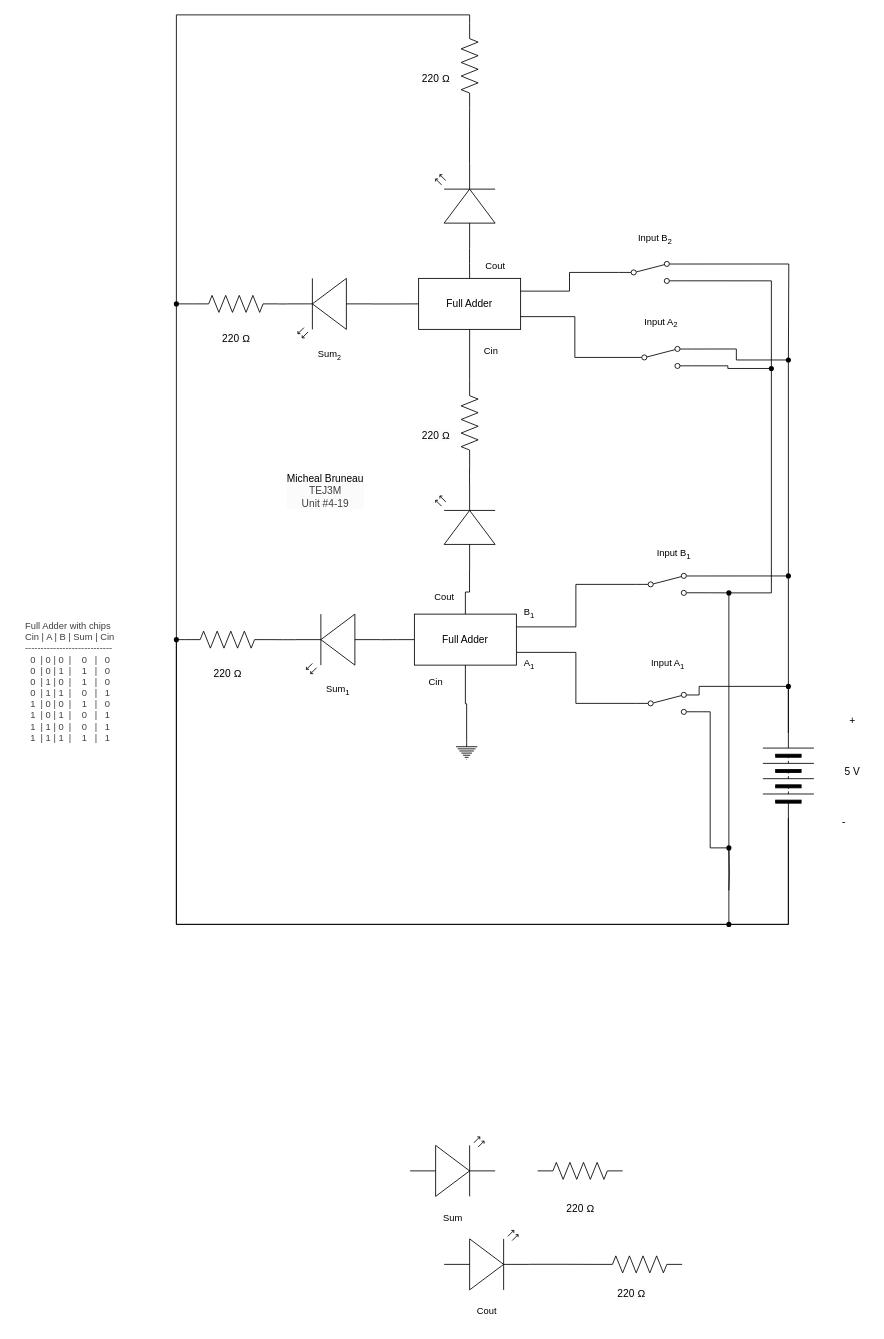
michael-bruneau/TEJ3M-Unit-4 keeps this draw.io diagram as TEJ3M 4-19/schematic_diagram.drawio. Above is the earlier version. Source tidied: cells renumbered, new cells numbered last; positions are measured from the earlier drawing's top-left corner, leaving out a move shared by most shapes. Both pictures are drawn from the tidied source at 85%, with x=0, y=0 at pixel (14, 57).
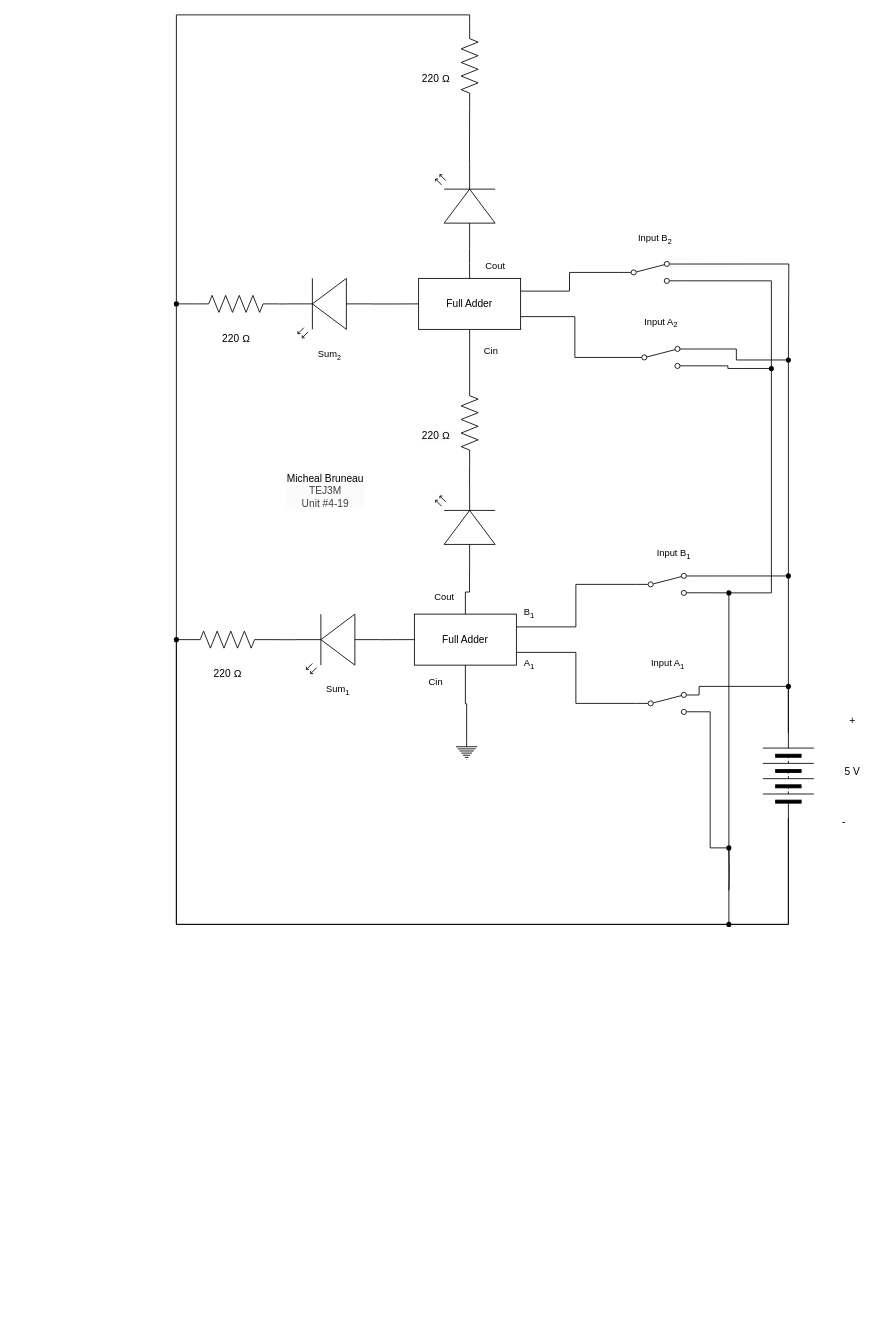
After the change.

Change to the diagram source:
```diff
@@
-    <mxCell id="3" value="&lt;div style=&quot;scrollbar-color: rgb(226, 226, 226) rgb(251, 251, 251); font-size: 11px; text-align: left; color: rgb(63, 63, 63);&quot;&gt;&lt;span style=&quot;background-color: rgb(255, 255, 255);&quot;&gt;Full Adder with chips&lt;/span&gt;&lt;/div&gt;&lt;div style=&quot;scrollbar-color: rgb(226, 226, 226) rgb(251, 251, 251); font-size: 11px; text-align: left; color: rgb(63, 63, 63);&quot;&gt;&lt;span style=&quot;color: light-dark(rgb(63, 63, 63), rgb(183, 183, 183));&quot;&gt;Cin | A | B | Sum | Cin&lt;/span&gt;&lt;/div&gt;&lt;div style=&quot;color: rgb(63, 63, 63); scrollbar-color: rgb(226, 226, 226) rgb(251, 251, 251); font-size: 11px; text-align: left;&quot;&gt;----------------------------&lt;/div&gt;&lt;div style=&quot;color: rgb(63, 63, 63); scrollbar-color: rgb(226, 226, 226) rgb(251, 251, 251); font-size: 11px; text-align: left;&quot;&gt;&amp;nbsp; 0&amp;nbsp; | 0 | 0&amp;nbsp; |&amp;nbsp; &amp;nbsp; 0&amp;nbsp; &amp;nbsp;|&amp;nbsp; &amp;nbsp;0&lt;/div&gt;&lt;div style=&quot;color: rgb(63, 63, 63); scrollbar-color: rgb(226, 226, 226) rgb(251, 251, 251); font-size: 11px; text-align: left;&quot;&gt;&amp;nbsp; 0&amp;nbsp; | 0 | 1&amp;nbsp; |&amp;nbsp; &amp;nbsp; 1&amp;nbsp; &amp;nbsp;|&amp;nbsp; &amp;nbsp;0&lt;/div&gt;&lt;div style=&quot;color: rgb(63, 63, 63); scrollbar-color: rgb(226, 226, 226) rgb(251, 251, 251); font-size: 11px; text-align: left;&quot;&gt;&amp;nbsp; 0&amp;nbsp; | 1 | 0&amp;nbsp; |&amp;nbsp; &amp;nbsp; 1&amp;nbsp; &amp;nbsp;|&amp;nbsp; &amp;nbsp;0&lt;/div&gt;&lt;div style=&quot;color: rgb(63, 63, 63); scrollbar-color: rgb(226, 226, 226) rgb(251, 251, 251); font-size: 11px; text-align: left;&quot;&gt;&amp;nbsp; 0&amp;nbsp; | 1 | 1&amp;nbsp; |&amp;nbsp; &amp;nbsp; 0&amp;nbsp; &amp;nbsp;|&amp;nbsp; &amp;nbsp;1&lt;/div&gt;&lt;div style=&quot;color: rgb(63, 63, 63); scrollbar-color: rgb(226, 226, 226) rgb(251, 251, 251); font-size: 11px; text-align: left;&quot;&gt;&amp;nbsp; 1&amp;nbsp; | 0 | 0&amp;nbsp; |&amp;nbsp; &amp;nbsp; 1&amp;nbsp; &amp;nbsp;|&amp;nbsp; &amp;nbsp;0&lt;/div&gt;&lt;div style=&quot;color: rgb(63, 63, 63); scrollbar-color: rgb(226, 226, 226) rgb(251, 251, 251); font-size: 11px; text-align: left;&quot;&gt;&amp;nbsp; 1&amp;nbsp; | 0 | 1&amp;nbsp; |&amp;nbsp; &amp;nbsp; 0&amp;nbsp; &amp;nbsp;|&amp;nbsp; &amp;nbsp;1&lt;/div&gt;&lt;div style=&quot;color: rgb(63, 63, 63); scrollbar-color: rgb(226, 226, 226) rgb(251, 251, 251); font-size: 11px; text-align: left;&quot;&gt;&amp;nbsp; 1&amp;nbsp; | 1 | 0&amp;nbsp; |&amp;nbsp; &amp;nbsp; 0&amp;nbsp; &amp;nbsp;|&amp;nbsp; &amp;nbsp;1&lt;/div&gt;&lt;div style=&quot;color: rgb(63, 63, 63); scrollbar-color: rgb(226, 226, 226) rgb(251, 251, 251); font-size: 11px; text-align: left;&quot;&gt;&amp;nbsp; 1&amp;nbsp; | 1 | 1&amp;nbsp; |&amp;nbsp; &amp;nbsp; 1&amp;nbsp; &amp;nbsp;|&amp;nbsp; &amp;nbsp;1&amp;nbsp;&amp;nbsp;&lt;/div&gt;" style="text;html=1;align=center;verticalAlign=middle;strokeColor=none;fillColor=none;" parent="1" vertex="1">
-      <mxGeometry y="655" width="130" height="160" as="geometry" />
-    </mxCell>
@@
-    <mxCell id="32" value="&lt;span style=&quot;color: rgb(0, 0, 0); font-size: 12px; background-color: rgb(251, 251, 251);&quot;&gt;220 Ω&lt;/span&gt;" style="text;html=1;align=center;verticalAlign=middle;strokeColor=none;fillColor=none;fontFamily=Helvetica;fontSize=11;fontColor=default;labelBackgroundColor=default;" parent="1" vertex="1">
-      <mxGeometry x="635" y="1340" width="60" height="30" as="geometry" />
-    </mxCell>
-    <mxCell id="33" value="Sum" style="text;html=1;align=center;verticalAlign=middle;strokeColor=none;fillColor=none;fontFamily=Helvetica;fontSize=11;fontColor=default;labelBackgroundColor=default;" parent="1" vertex="1">
-      <mxGeometry x="490" y="1350" width="50" height="30" as="geometry" />
-    </mxCell>
-    <mxCell id="34" style="verticalLabelPosition=bottom;shadow=0;dashed=0;align=center;html=1;verticalAlign=top;shape=mxgraph.electrical.opto_electronics.led_2;" parent="1" vertex="1">
-      <mxGeometry x="465" y="1270" width="100" height="70" as="geometry" />
-    </mxCell>
-    <mxCell id="35" value="&lt;span style=&quot;color: rgb(0, 0, 0); font-size: 12px; background-color: rgb(251, 251, 251);&quot;&gt;220 Ω&lt;/span&gt;" style="text;html=1;align=center;verticalAlign=middle;strokeColor=none;fillColor=none;fontFamily=Helvetica;fontSize=11;fontColor=default;labelBackgroundColor=default;" parent="1" vertex="1">
-      <mxGeometry x="695" y="1440" width="60" height="30" as="geometry" />
-    </mxCell>
-    <mxCell id="36" value="Cout" style="text;html=1;align=center;verticalAlign=middle;strokeColor=none;fillColor=none;fontFamily=Helvetica;fontSize=11;fontColor=default;labelBackgroundColor=default;" parent="1" vertex="1">
-      <mxGeometry x="530" y="1460" width="50" height="30" as="geometry" />
-    </mxCell>
-    <mxCell id="37" style="verticalLabelPosition=bottom;shadow=0;dashed=0;align=center;html=1;verticalAlign=top;shape=mxgraph.electrical.resistors.resistor_2;" parent="1" vertex="1">
-      <mxGeometry x="685" y="1410" width="100" height="20" as="geometry" />
-    </mxCell>
-    <mxCell id="38" style="verticalLabelPosition=bottom;shadow=0;dashed=0;align=center;html=1;verticalAlign=top;shape=mxgraph.electrical.opto_electronics.led_2;" parent="1" vertex="1">
-      <mxGeometry x="505" y="1380" width="100" height="70" as="geometry" />
-    </mxCell>
-    <mxCell id="39" style="edgeStyle=orthogonalEdgeStyle;html=1;exitX=1;exitY=0.57;exitDx=0;exitDy=0;exitPerimeter=0;entryX=0;entryY=0.5;entryDx=0;entryDy=0;entryPerimeter=0;rounded=0;endArrow=none;endFill=0;" parent="1" edge="1" source="38" target="37">
-      <mxGeometry relative="1" as="geometry" />
-    </mxCell>
-    <mxCell id="40" style="verticalLabelPosition=bottom;shadow=0;dashed=0;align=center;html=1;verticalAlign=top;shape=mxgraph.electrical.resistors.resistor_2;" parent="1" vertex="1">
-      <mxGeometry x="615" y="1300" width="100" height="20" as="geometry" />
-    </mxCell>
```
